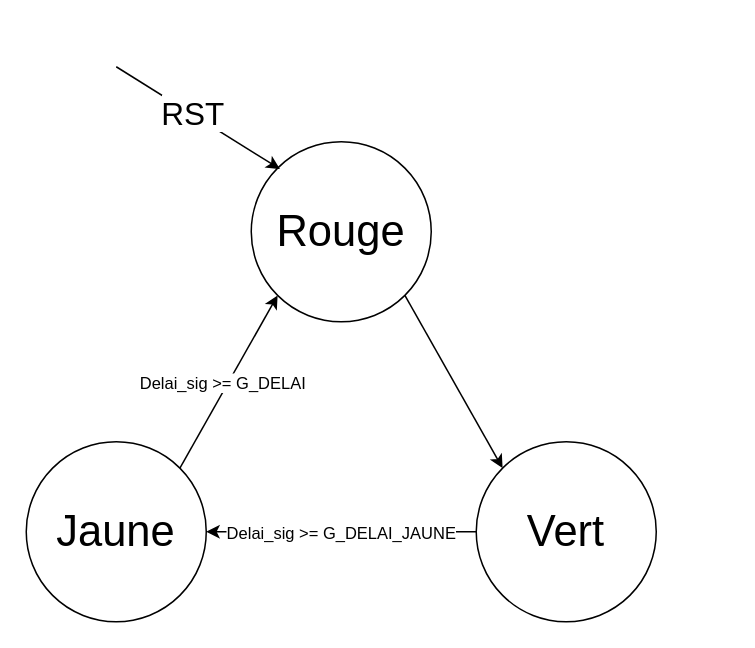
This is MEF_Feu_Traffique.drawio from JamesFullum/ELE739, a draw.io file, before an edit. Source tidied: cells renumbered, new cells numbered last; positions are measured from the earlier drawing's top-left corner, leaving out a move shared by most shapes. Both pictures are drawn from the tidied source at 150%, with x=0, y=0 at pixel (26, 66).
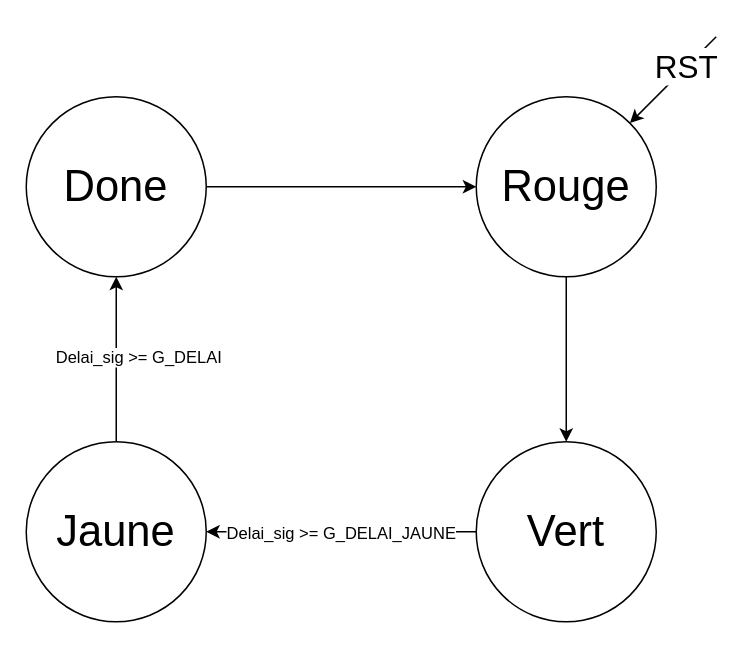
The same page after the edit.

What changed in the source:
```diff
@@
 <mxGraphModel>
   <root>
     <mxCell id="0" />
     <mxCell id="1" parent="0" />
-    <mxCell id="2" style="rounded=0;jettySize=auto;html=1;exitX=1;exitY=1;exitDx=0;exitDy=0;entryX=0;entryY=0;entryDx=0;entryDy=0;" parent="1" edge="1" source="3" target="9">
+    <mxCell id="2" style="rounded=0;jettySize=auto;html=1;exitX=0.5;exitY=1;exitDx=0;exitDy=0;entryX=0.5;entryY=0;entryDx=0;entryDy=0;" parent="1" edge="1" source="3" target="9">
       <mxGeometry relative="1" as="geometry" />
     </mxCell>
     <mxCell id="3" value="&lt;font style=&quot;font-size: 29px;&quot;&gt;Rouge&lt;/font&gt;" style="ellipse;whiteSpace=wrap;html=1;" parent="1" vertex="1">
-      <mxGeometry x="150" y="50" width="120" height="120" as="geometry" />
+      <mxGeometry x="300" y="20" width="120" height="120" as="geometry" />
     </mxCell>
-    <mxCell id="4" style="rounded=0;jettySize=auto;html=1;exitX=1;exitY=0;exitDx=0;exitDy=0;entryX=0;entryY=1;entryDx=0;entryDy=0;" parent="1" edge="1" source="6" target="3">
+    <mxCell id="4" style="rounded=0;jettySize=auto;html=1;exitX=0.5;exitY=0;exitDx=0;exitDy=0;entryX=0.5;entryY=1;entryDx=0;entryDy=0;" parent="1" edge="1" source="6" target="13">
       <mxGeometry relative="1" as="geometry" />
     </mxCell>
     <mxCell id="5" value="Delai_sig &amp;gt;= G_DELAI" style="edgeLabel;html=1;align=center;verticalAlign=middle;" parent="4" vertex="1">
       <mxGeometry x="-0.57" y="-1" relative="1" as="geometry">
         <mxPoint x="13" y="-33" as="offset" />
       </mxGeometry>
     </mxCell>
     <mxCell id="6" value="&lt;font style=&quot;font-size: 29px;&quot;&gt;Jaune&lt;br&gt;&lt;/font&gt;" style="ellipse;whiteSpace=wrap;html=1;" parent="1" vertex="1">
       <mxGeometry y="250" width="120" height="120" as="geometry" />
     </mxCell>
     <mxCell id="7" style="edgeStyle=orthogonalEdgeStyle;rounded=0;jettySize=auto;html=1;exitX=0;exitY=0.5;exitDx=0;exitDy=0;" parent="1" edge="1" source="9" target="6">
       <mxGeometry relative="1" as="geometry" />
     </mxCell>
     <mxCell id="8" value="Delai_sig &amp;gt;= G_DELAI_JAUNE" style="edgeLabel;html=1;align=center;verticalAlign=middle;" parent="7" vertex="1">
       <mxGeometry x="-0.16" y="-4" relative="1" as="geometry">
         <mxPoint x="-15" y="4" as="offset" />
       </mxGeometry>
     </mxCell>
     <mxCell id="9" value="&lt;span style=&quot;font-size: 29px;&quot;&gt;Vert&lt;/span&gt;" style="ellipse;whiteSpace=wrap;html=1;" parent="1" vertex="1">
       <mxGeometry x="300" y="250" width="120" height="120" as="geometry" />
     </mxCell>
-    <mxCell id="10" style="endArrow=classic;html=1;rounded=0;" parent="1" edge="1">
+    <mxCell id="10" style="endArrow=classic;html=1;rounded=0;entryX=1;entryY=0;entryDx=0;entryDy=0;" parent="1" edge="1" target="3">
       <mxGeometry relative="1" as="geometry">
-        <mxPoint x="60" as="sourcePoint" />
-        <mxPoint x="169.1" y="68.2" as="targetPoint" />
+        <mxPoint x="460" y="-20" as="sourcePoint" />
       </mxGeometry>
     </mxCell>
     <mxCell id="11" value="&lt;font style=&quot;font-size: 21px;&quot;&gt;RST&lt;/font&gt;" style="edgeLabel;html=1;align=center;verticalAlign=middle;" parent="10" vertex="1">
       <mxGeometry x="0.37" y="-4" relative="1" as="geometry">
-        <mxPoint x="-22" y="-20" as="offset" />
+        <mxPoint x="22" y="-17" as="offset" />
       </mxGeometry>
     </mxCell>
+    <mxCell id="12" style="edgeStyle=orthogonalEdgeStyle;rounded=0;jettySize=auto;html=1;exitX=1;exitY=0.5;exitDx=0;exitDy=0;" parent="1" edge="1" source="13" target="3">
+      <mxGeometry relative="1" as="geometry" />
+    </mxCell>
+    <mxCell id="13" value="&lt;font style=&quot;font-size: 29px;&quot;&gt;Done&lt;/font&gt;" style="ellipse;whiteSpace=wrap;html=1;" parent="1" vertex="1">
+      <mxGeometry y="20" width="120" height="120" as="geometry" />
+    </mxCell>
   </root>
 </mxGraphModel>
```
